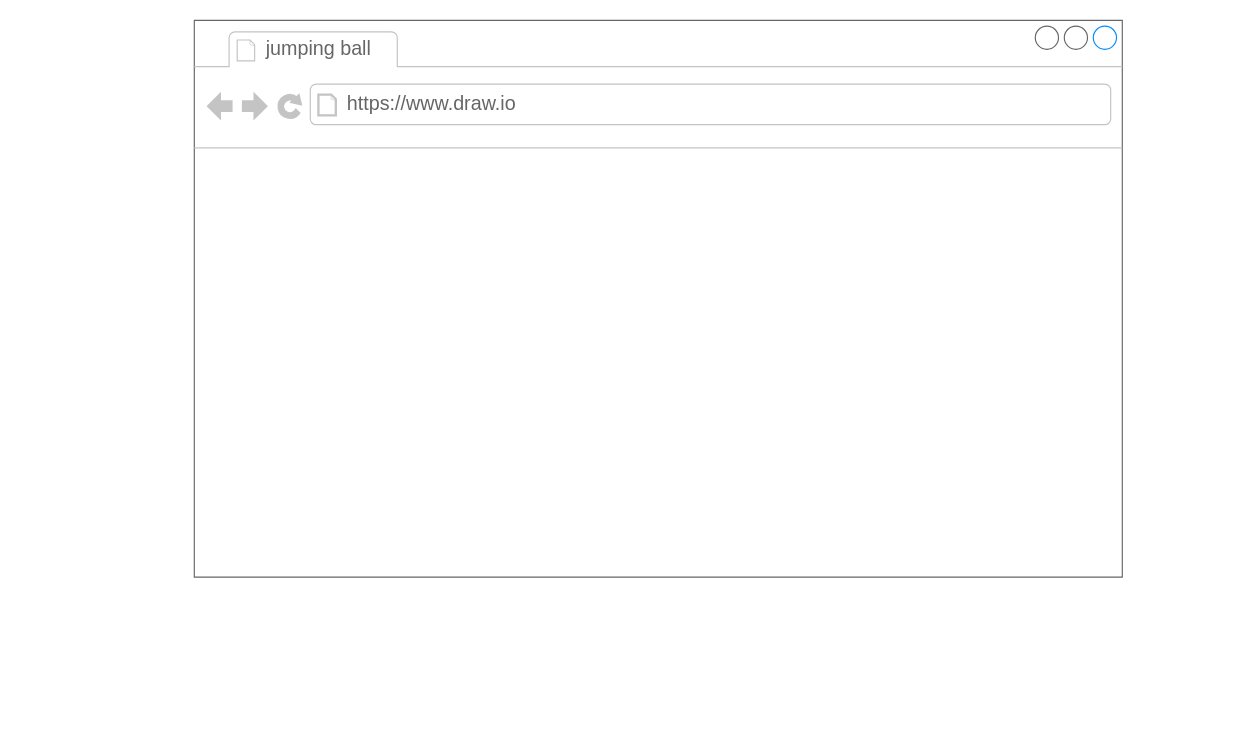
CuriousCI/2021-info-HTML5 keeps this draw.io diagram as bouncing-ball.drawio. Above is the earlier version. Source tidied: cells renumbered, new cells numbered last; positions are measured from the earlier drawing's top-left corner, leaving out a move shared by most shapes. Both pictures are drawn from the tidied source at 116%, with x=0, y=0 at pixel (194, 20).
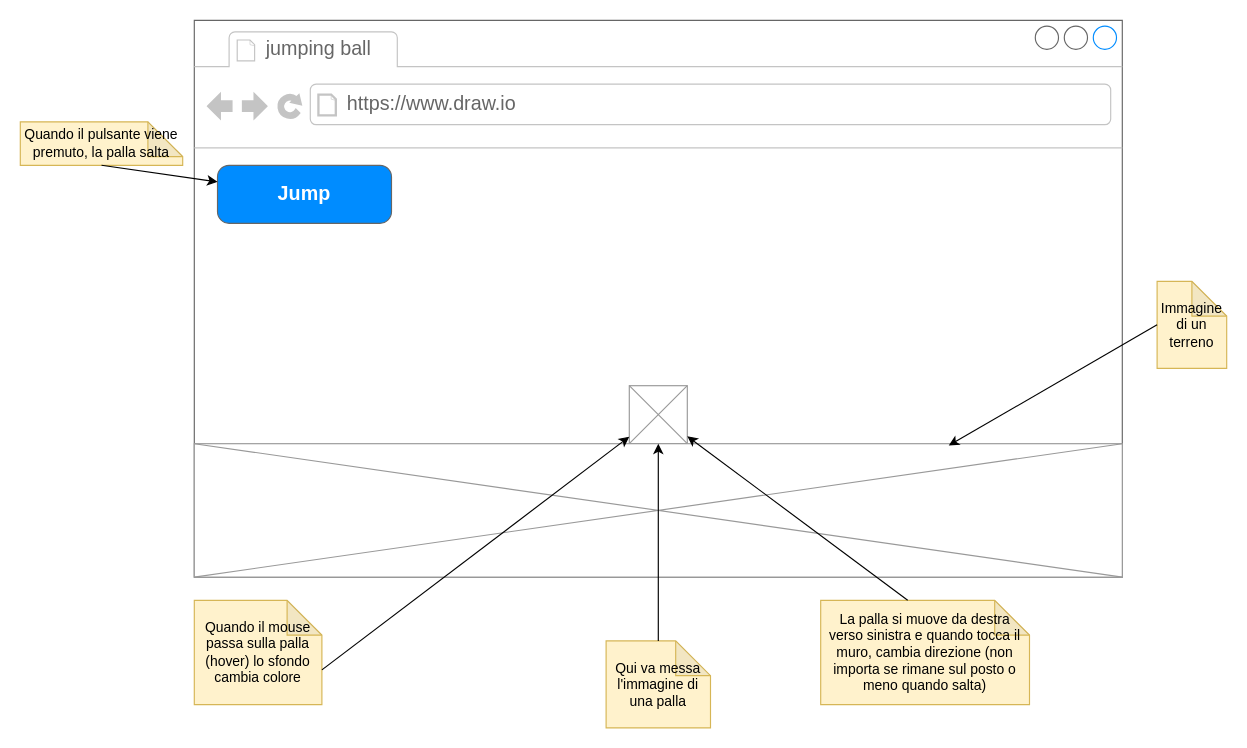
The same page after the edit.

Change to the diagram source:
```diff
@@
 <mxGraphModel>
   <root>
     <mxCell id="0" />
     <mxCell id="1" parent="0" />
     <mxCell id="2" style="strokeWidth=1;shadow=0;dashed=0;align=center;html=1;shape=mxgraph.mockup.containers.browserWindow;rSize=0;strokeColor=#666666;strokeColor2=#008cff;strokeColor3=#c4c4c4;mainText=,;" parent="1" vertex="1">
       <mxGeometry width="800" height="480" as="geometry" />
     </mxCell>
     <mxCell id="3" value="jumping ball" style="strokeWidth=1;shadow=0;dashed=0;align=center;html=1;shape=mxgraph.mockup.containers.anchor;fontSize=17;fontColor=#666666;align=left;" parent="2" vertex="1">
       <mxGeometry x="60" y="12" width="110" height="26" as="geometry" />
     </mxCell>
     <mxCell id="4" value="https://www.draw.io" style="strokeWidth=1;shadow=0;dashed=0;align=center;html=1;shape=mxgraph.mockup.containers.anchor;rSize=0;fontSize=17;fontColor=#666666;align=left;" parent="2" vertex="1">
       <mxGeometry x="130" y="60" width="250" height="26" as="geometry" />
     </mxCell>
+    <mxCell id="5" style="verticalLabelPosition=bottom;shadow=0;dashed=0;align=center;html=1;verticalAlign=top;strokeWidth=1;shape=mxgraph.mockup.graphics.simpleIcon;strokeColor=#999999;" parent="2" vertex="1">
+      <mxGeometry x="375" y="315" width="50" height="50" as="geometry" />
+    </mxCell>
+    <mxCell id="6" style="verticalLabelPosition=bottom;shadow=0;dashed=0;align=center;html=1;verticalAlign=top;strokeWidth=1;shape=mxgraph.mockup.graphics.simpleIcon;strokeColor=#999999;" parent="2" vertex="1">
+      <mxGeometry y="365" width="800" height="115" as="geometry" />
+    </mxCell>
+    <mxCell id="7" value="Jump" style="strokeWidth=1;shadow=0;dashed=0;align=center;html=1;shape=mxgraph.mockup.buttons.button;strokeColor=#666666;fontColor=#ffffff;mainText=;buttonStyle=round;fontSize=17;fontStyle=1;fillColor=#008cff;whiteSpace=wrap;" parent="2" vertex="1">
+      <mxGeometry x="20" y="125" width="150" height="50" as="geometry" />
+    </mxCell>
+    <mxCell id="8" value="Qui va messa l'immagine di una palla" style="shape=note;whiteSpace=wrap;html=1;backgroundOutline=1;darkOpacity=0.05;fillColor=#fff2cc;strokeColor=#d6b656;" parent="1" vertex="1">
+      <mxGeometry x="355" y="535" width="90" height="75" as="geometry" />
+    </mxCell>
+    <mxCell id="9" style="endArrow=classic;html=1;exitX=0.5;exitY=0;exitDx=0;exitDy=0;exitPerimeter=0;" parent="1" edge="1" source="8" target="5">
+      <mxGeometry relative="1" as="geometry" />
+    </mxCell>
+    <mxCell id="10" value="Immagine di un terreno" style="shape=note;whiteSpace=wrap;html=1;backgroundOutline=1;darkOpacity=0.05;fillColor=#fff2cc;strokeColor=#d6b656;" parent="1" vertex="1">
+      <mxGeometry x="830" y="225" width="60" height="75" as="geometry" />
+    </mxCell>
+    <mxCell id="11" style="endArrow=classic;html=1;entryX=0.813;entryY=0.014;entryDx=0;entryDy=0;entryPerimeter=0;exitX=0;exitY=0.5;exitDx=0;exitDy=0;exitPerimeter=0;" parent="1" edge="1" source="10" target="6">
+      <mxGeometry relative="1" as="geometry" />
+    </mxCell>
+    <mxCell id="12" value="Quando il pulsante viene premuto, la palla salta" style="shape=note;whiteSpace=wrap;html=1;backgroundOutline=1;darkOpacity=0.05;fillColor=#fff2cc;strokeColor=#d6b656;" parent="1" vertex="1">
+      <mxGeometry x="-150" y="87.5" width="140" height="37.5" as="geometry" />
+    </mxCell>
+    <mxCell id="13" style="endArrow=classic;html=1;exitX=0.5;exitY=1;exitDx=0;exitDy=0;exitPerimeter=0;" parent="1" edge="1" source="12" target="7">
+      <mxGeometry relative="1" as="geometry" />
+    </mxCell>
+    <mxCell id="14" value="La palla si muove da destra verso sinistra e quando tocca il muro, cambia direzione (non importa se rimane sul posto o meno quando salta)" style="shape=note;whiteSpace=wrap;html=1;backgroundOutline=1;darkOpacity=0.05;fillColor=#fff2cc;strokeColor=#d6b656;" parent="1" vertex="1">
+      <mxGeometry x="540" y="500" width="180" height="90" as="geometry" />
+    </mxCell>
+    <mxCell id="15" style="endArrow=classic;html=1;exitX=0;exitY=0;exitDx=75;exitDy=0;exitPerimeter=0;" parent="1" edge="1" source="14" target="5">
+      <mxGeometry relative="1" as="geometry" />
+    </mxCell>
+    <mxCell id="16" value="Quando il mouse passa sulla palla (hover) lo sfondo cambia colore" style="shape=note;whiteSpace=wrap;html=1;backgroundOutline=1;darkOpacity=0.05;fillColor=#fff2cc;strokeColor=#d6b656;" parent="1" vertex="1">
+      <mxGeometry y="500" width="110" height="90" as="geometry" />
+    </mxCell>
+    <mxCell id="17" style="endArrow=classic;html=1;exitX=0;exitY=0;exitDx=110;exitDy=60;exitPerimeter=0;" parent="1" edge="1" source="16" target="5">
+      <mxGeometry relative="1" as="geometry" />
+    </mxCell>
   </root>
 </mxGraphModel>
```
